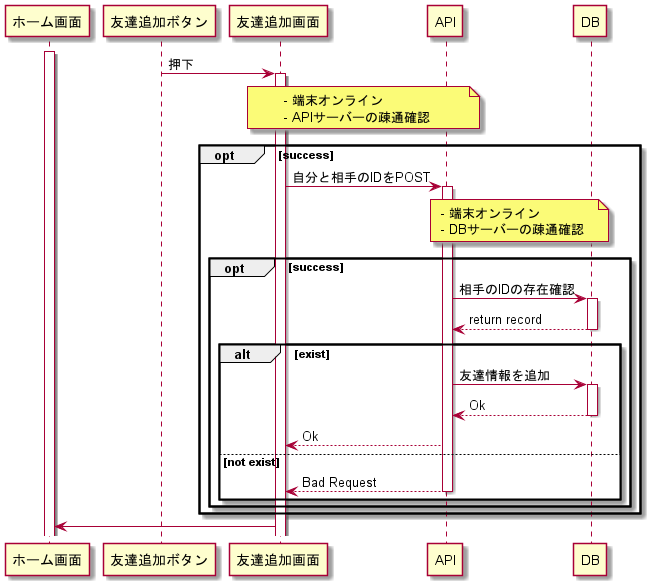
Before: out/SequentialDiagram/addFriendFlow/add_friend/友達追加フロー.png, a diagram exported from PlantUML (beaconFUN/FLAT-uml). Source of this version:
```plantuml
@startuml 友達追加フロー

activate ホーム画面
友達追加ボタン -> 友達追加画面 ++ : 押下
note over 友達追加画面, API: - 端末オンライン\n- APIサーバーの疎通確認
opt success

    友達追加画面 -> API ++ : 自分と相手のIDをPOST

    note over API, DB: - 端末オンライン\n- DBサーバーの疎通確認
    opt success
        API -> DB ++:相手のIDの存在確認
        return return record
        alt exist
            API -> DB ++: 友達情報を追加
            return Ok
            API --> 友達追加画面: Ok
        else not exist
            API --> 友達追加画面 -- : Bad Request
        end
    end
end

友達追加画面 -> ホーム画面

@enduml
```
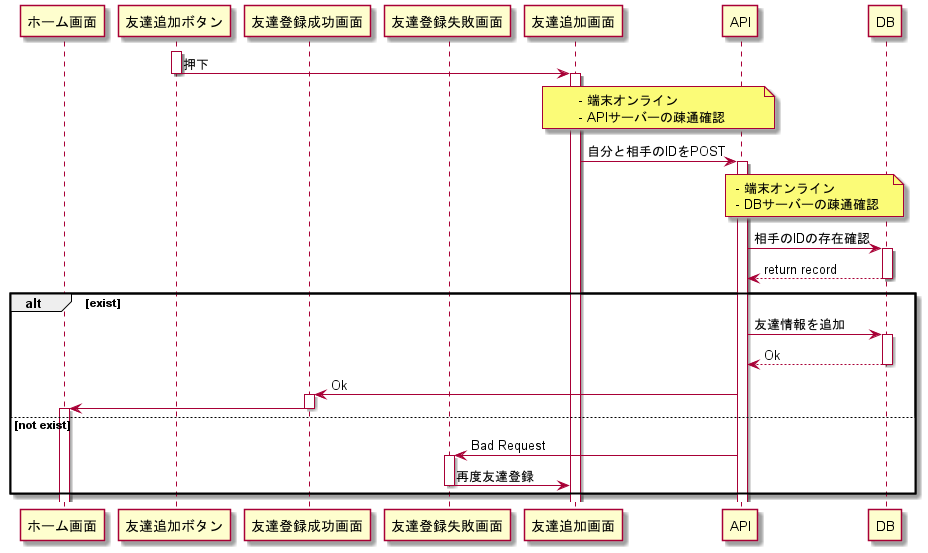
The same file after the commit.

Commit message:
Update: 画像の更新を忘れた

The edit, as a diff of the source:
```diff
@@ -1,26 +1,30 @@
 @startuml 友達追加フロー
 
-activate ホーム画面
-友達追加ボタン -> 友達追加画面 ++ : 押下
+participant ホーム画面 order 10
+participant 友達追加ボタン order 20
+participant 友達登録成功画面 order 30
+participant 友達登録失敗画面 order 40
+participant 友達追加画面 order 50
+participant API order 60
+participant DB order 70
+
+activate 友達追加ボタン
+友達追加ボタン -> 友達追加画面 --++ : 押下
 note over 友達追加画面, API: - 端末オンライン\n- APIサーバーの疎通確認
-opt success
 
-    友達追加画面 -> API ++ : 自分と相手のIDをPOST
+友達追加画面 -> API ++ : 自分と相手のIDをPOST
 
-    note over API, DB: - 端末オンライン\n- DBサーバーの疎通確認
-    opt success
-        API -> DB ++:相手のIDの存在確認
-        return return record
-        alt exist
-            API -> DB ++: 友達情報を追加
-            return Ok
-            API --> 友達追加画面: Ok
-        else not exist
-            API --> 友達追加画面 -- : Bad Request
-        end
-    end
+note over API, DB: - 端末オンライン\n- DBサーバーの疎通確認
+API -> DB ++:相手のIDの存在確認
+return return record
+alt exist
+    API -> DB ++: 友達情報を追加
+    return Ok
+    API -> 友達登録成功画面 ++ : Ok
+    友達登録成功画面 -> ホーム画面 --++
+else not exist
+    API -> 友達登録失敗画面 ++ : Bad Request
+    友達登録失敗画面 -> 友達追加画面 --: 再度友達登録
 end
 
-友達追加画面 -> ホーム画面
-
 @enduml
```
